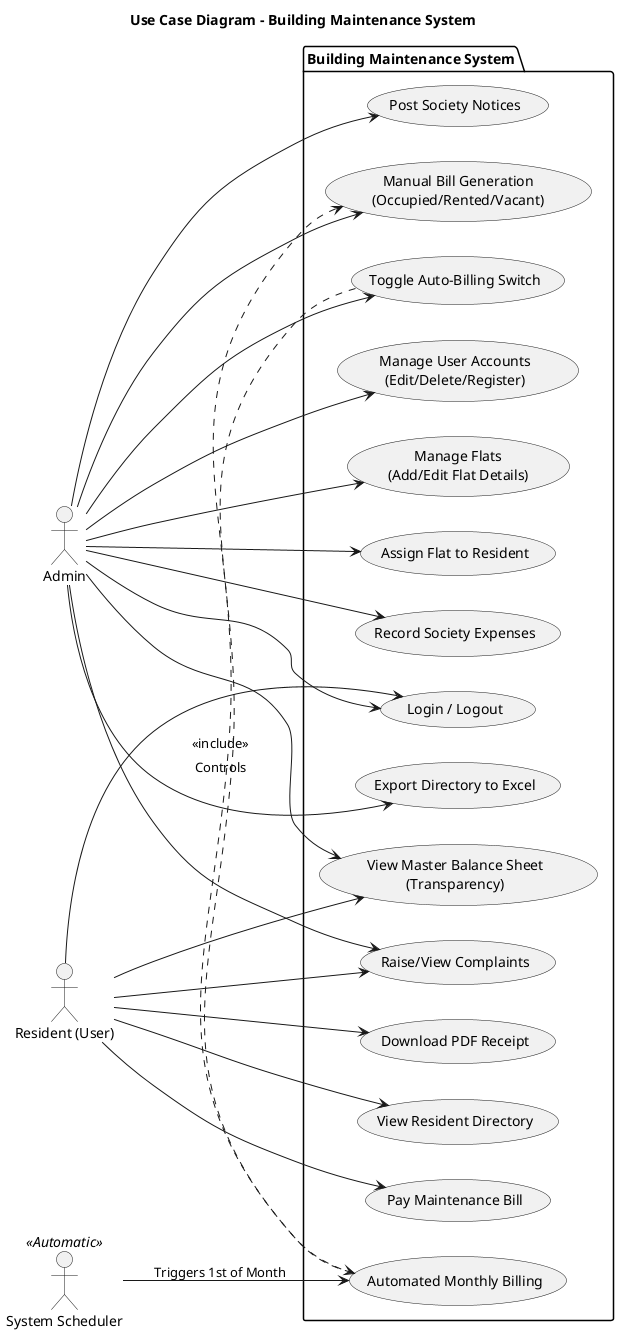
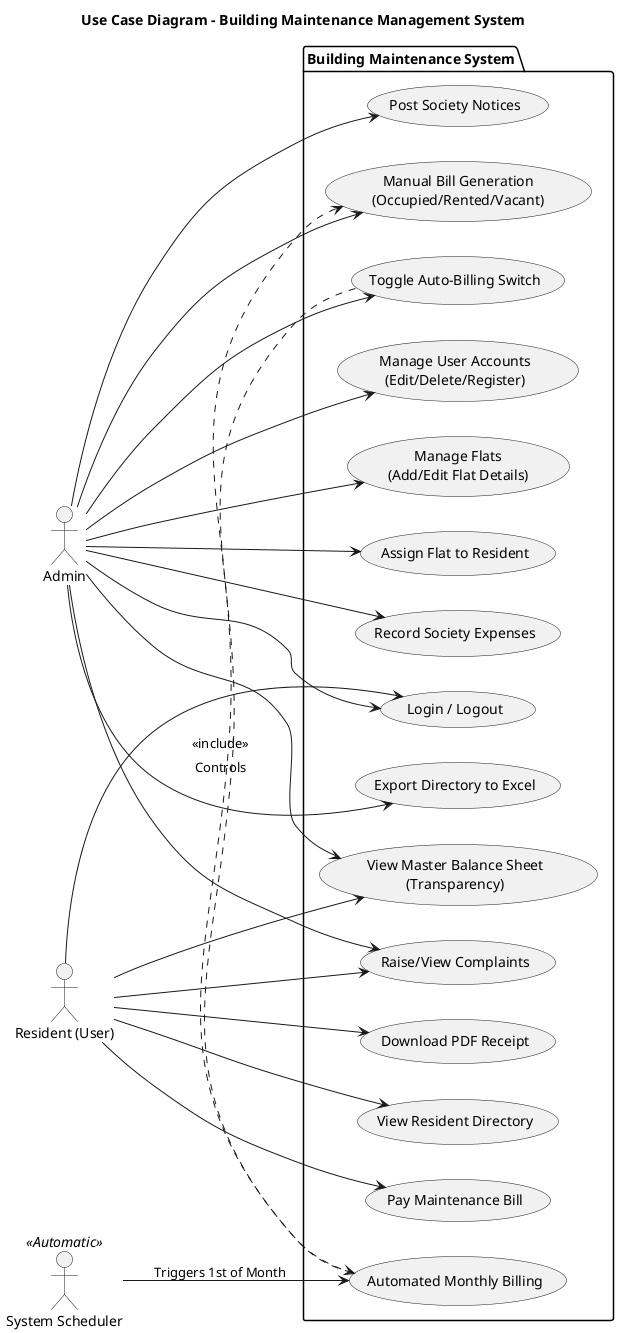
@startuml
- title Use Case Diagram - Building Maintenance System
+ title Use Case Diagram - Building Maintenance Management System

left to right direction

actor "Admin" as admin
actor "Resident (User)" as user
actor "System Scheduler" as robot << Automatic >>

package "Building Maintenance System" {

    '--- User Authentication ---
    usecase "Login / Logout" as UC1
    usecase "Manage User Accounts\n(Edit/Delete/Register)" as UC2

    '--- Flat Management ---
    usecase "Manage Flats\n(Add/Edit Flat Details)" as UC3
    usecase "Assign Flat to Resident" as UC4
    usecase "View Resident Directory" as UC5

    '--- Financial Management ---
    usecase "Manual Bill Generation\n(Occupied/Rented/Vacant)" as UC6
    usecase "Toggle Auto-Billing Switch" as UC7
    usecase "Automated Monthly Billing" as UC8
    usecase "Pay Maintenance Bill" as UC9
    usecase "View Master Balance Sheet\n(Transparency)" as UC10
    usecase "Record Society Expenses" as UC11

    '--- Reporting & Communication ---
    usecase "Download PDF Receipt" as UC12
    usecase "Export Directory to Excel" as UC13
    usecase "Post Society Notices" as UC14
    usecase "Raise/View Complaints" as UC15
}

'--- Admin Relationships ---
admin --> UC1
admin --> UC2
admin --> UC3
admin --> UC4
admin --> UC6
admin --> UC7
admin --> UC10
admin --> UC11
admin --> UC13
admin --> UC14
admin --> UC15

'--- User Relationships ---
user --> UC1
user --> UC5
user --> UC9
user --> UC10
user --> UC12
user --> UC15

'--- Automated Robot Relationships ---
robot --> UC8 : "Triggers 1st of Month"
UC8 .> UC6 : "<<include>>"
UC7 .> UC8 : "Controls"

@enduml


